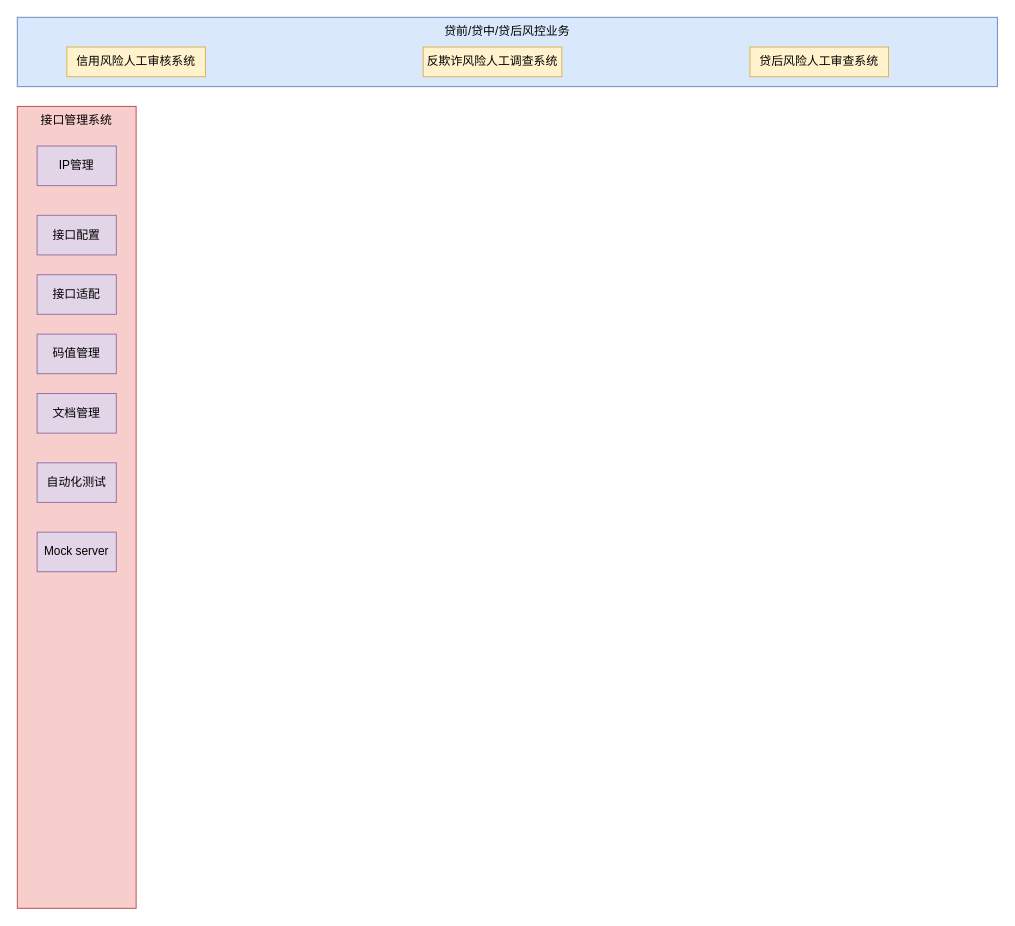
Earlier version of the draw.io diagram 智能风控系统功能架构.drawio (liojian198/Bin-Blog). Source tidied: cells renumbered, new cells numbered last; positions are measured from the earlier drawing's top-left corner, leaving out a move shared by most shapes. Both pictures are drawn from the tidied source at 99%, with x=0, y=0 at pixel (17, 17).
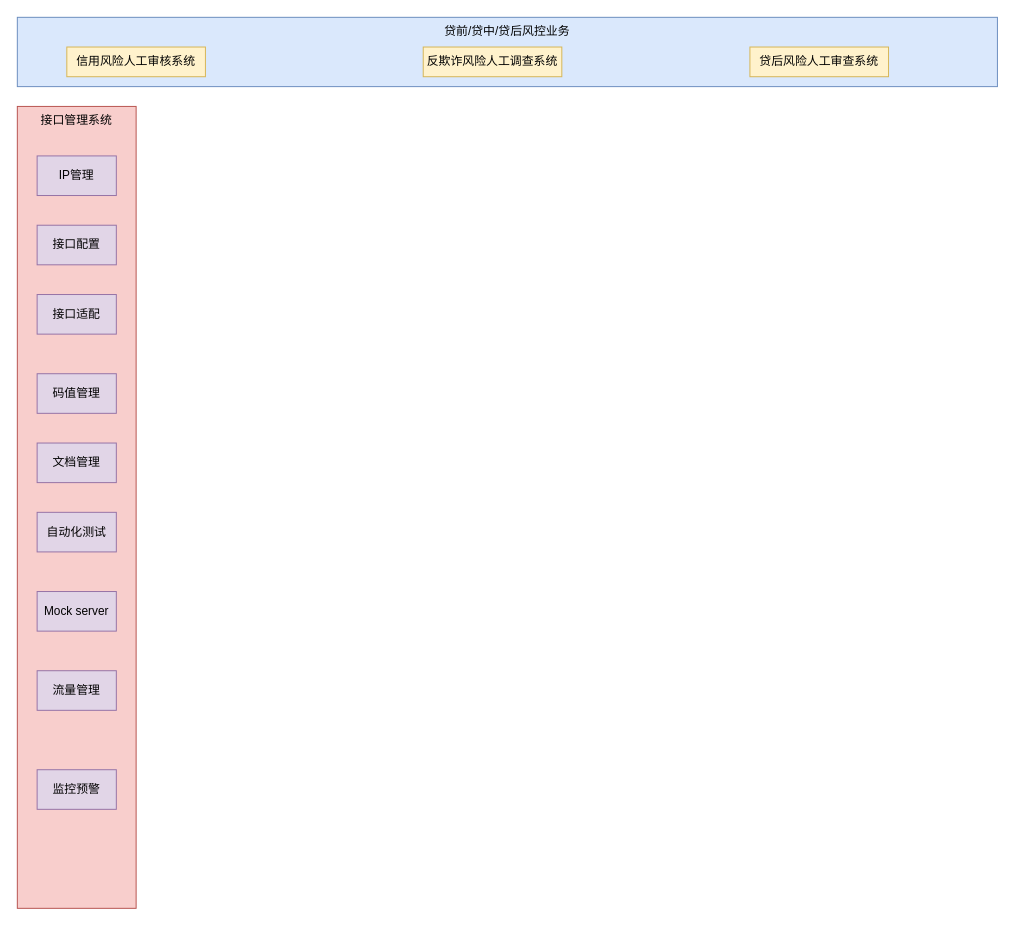
The same diagram, later.

Commit message (it also covers changes not shown here):
更新智能风控系统功能架构.drawio

The edit, as a diff of the source:
```diff
@@
 <mxGraphModel>
   <root>
     <mxCell id="0" />
     <mxCell id="1" parent="0" />
     <mxCell id="2" value="贷前/贷中/贷后风控业务" style="rounded=0;whiteSpace=wrap;html=1;verticalAlign=top;fillColor=#dae8fc;strokeColor=#6c8ebf;" parent="1" vertex="1">
       <mxGeometry width="990" height="70" as="geometry" />
     </mxCell>
     <mxCell id="3" value="信用风险人工审核系统" style="rounded=0;whiteSpace=wrap;html=1;fillColor=#fff2cc;strokeColor=#d6b656;" parent="1" vertex="1">
       <mxGeometry x="50" y="30" width="140" height="30" as="geometry" />
     </mxCell>
     <mxCell id="4" value="反欺诈风险人工调查系统" style="rounded=0;whiteSpace=wrap;html=1;fillColor=#fff2cc;strokeColor=#d6b656;" parent="1" vertex="1">
       <mxGeometry x="410" y="30" width="140" height="30" as="geometry" />
     </mxCell>
     <mxCell id="5" value="贷后风险人工审查系统" style="rounded=0;whiteSpace=wrap;html=1;fillColor=#fff2cc;strokeColor=#d6b656;" parent="1" vertex="1">
       <mxGeometry x="740" y="30" width="140" height="30" as="geometry" />
     </mxCell>
     <mxCell id="6" value="接口管理系统" style="rounded=0;whiteSpace=wrap;html=1;fillColor=#f8cecc;strokeColor=#b85450;verticalAlign=top;" parent="1" vertex="1">
       <mxGeometry y="90" width="120" height="810" as="geometry" />
     </mxCell>
     <mxCell id="7" value="IP管理" style="rounded=0;whiteSpace=wrap;html=1;fillColor=#e1d5e7;strokeColor=#9673a6;" parent="1" vertex="1">
-      <mxGeometry x="20" y="130" width="80" height="40" as="geometry" />
+      <mxGeometry x="20" y="140" width="80" height="40" as="geometry" />
     </mxCell>
     <mxCell id="8" value="接口配置" style="rounded=0;whiteSpace=wrap;html=1;fillColor=#e1d5e7;strokeColor=#9673a6;" parent="1" vertex="1">
-      <mxGeometry x="20" y="200" width="80" height="40" as="geometry" />
+      <mxGeometry x="20" y="210" width="80" height="40" as="geometry" />
     </mxCell>
     <mxCell id="9" value="接口适配" style="rounded=0;whiteSpace=wrap;html=1;fillColor=#e1d5e7;strokeColor=#9673a6;" parent="1" vertex="1">
-      <mxGeometry x="20" y="260" width="80" height="40" as="geometry" />
+      <mxGeometry x="20" y="280" width="80" height="40" as="geometry" />
     </mxCell>
     <mxCell id="10" value="码值管理" style="rounded=0;whiteSpace=wrap;html=1;fillColor=#e1d5e7;strokeColor=#9673a6;" parent="1" vertex="1">
-      <mxGeometry x="20" y="320" width="80" height="40" as="geometry" />
+      <mxGeometry x="20" y="360" width="80" height="40" as="geometry" />
     </mxCell>
     <mxCell id="11" value="文档管理" style="rounded=0;whiteSpace=wrap;html=1;fillColor=#e1d5e7;strokeColor=#9673a6;" parent="1" vertex="1">
-      <mxGeometry x="20" y="380" width="80" height="40" as="geometry" />
+      <mxGeometry x="20" y="430" width="80" height="40" as="geometry" />
     </mxCell>
     <mxCell id="12" value="自动化测试" style="rounded=0;whiteSpace=wrap;html=1;fillColor=#e1d5e7;strokeColor=#9673a6;" parent="1" vertex="1">
-      <mxGeometry x="20" y="450" width="80" height="40" as="geometry" />
+      <mxGeometry x="20" y="500" width="80" height="40" as="geometry" />
     </mxCell>
     <mxCell id="13" value="Mock server" style="rounded=0;whiteSpace=wrap;html=1;fillColor=#e1d5e7;strokeColor=#9673a6;" parent="1" vertex="1">
-      <mxGeometry x="20" y="520" width="80" height="40" as="geometry" />
+      <mxGeometry x="20" y="580" width="80" height="40" as="geometry" />
     </mxCell>
+    <mxCell id="14" value="流量管理" style="rounded=0;whiteSpace=wrap;html=1;fillColor=#e1d5e7;strokeColor=#9673a6;" parent="1" vertex="1">
+      <mxGeometry x="20" y="660" width="80" height="40" as="geometry" />
+    </mxCell>
+    <mxCell id="15" value="监控预警" style="rounded=0;whiteSpace=wrap;html=1;fillColor=#e1d5e7;strokeColor=#9673a6;" parent="1" vertex="1">
+      <mxGeometry x="20" y="760" width="80" height="40" as="geometry" />
+    </mxCell>
   </root>
 </mxGraphModel>
```
